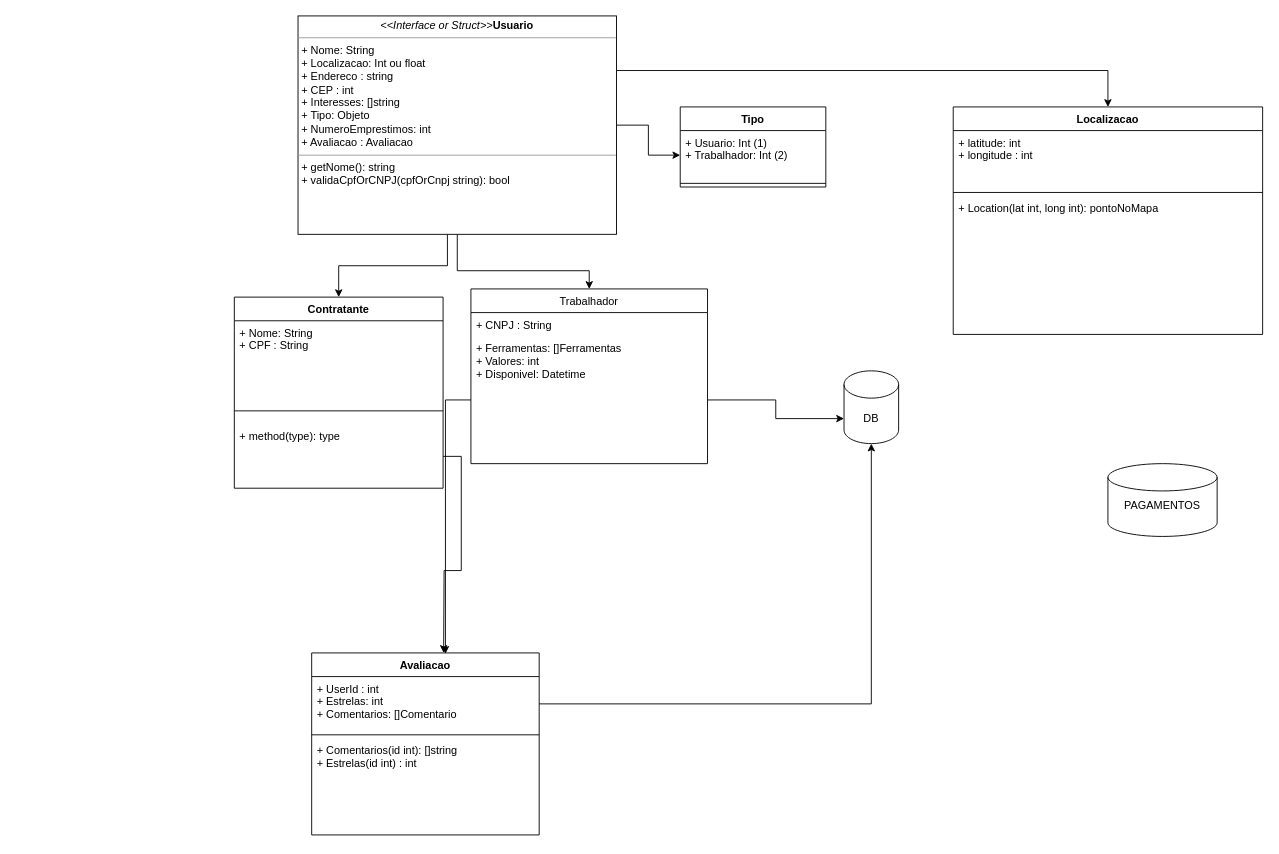
Before: emprestaai.drawio in bbwithpointers/emprestaai, a draw.io diagram. Source tidied: cells renumbered, new cells numbered last; positions are measured from the earlier drawing's top-left corner, leaving out a move shared by most shapes. Both pictures are drawn from the tidied source at 91%, with x=0, y=0 at pixel (234, 15).
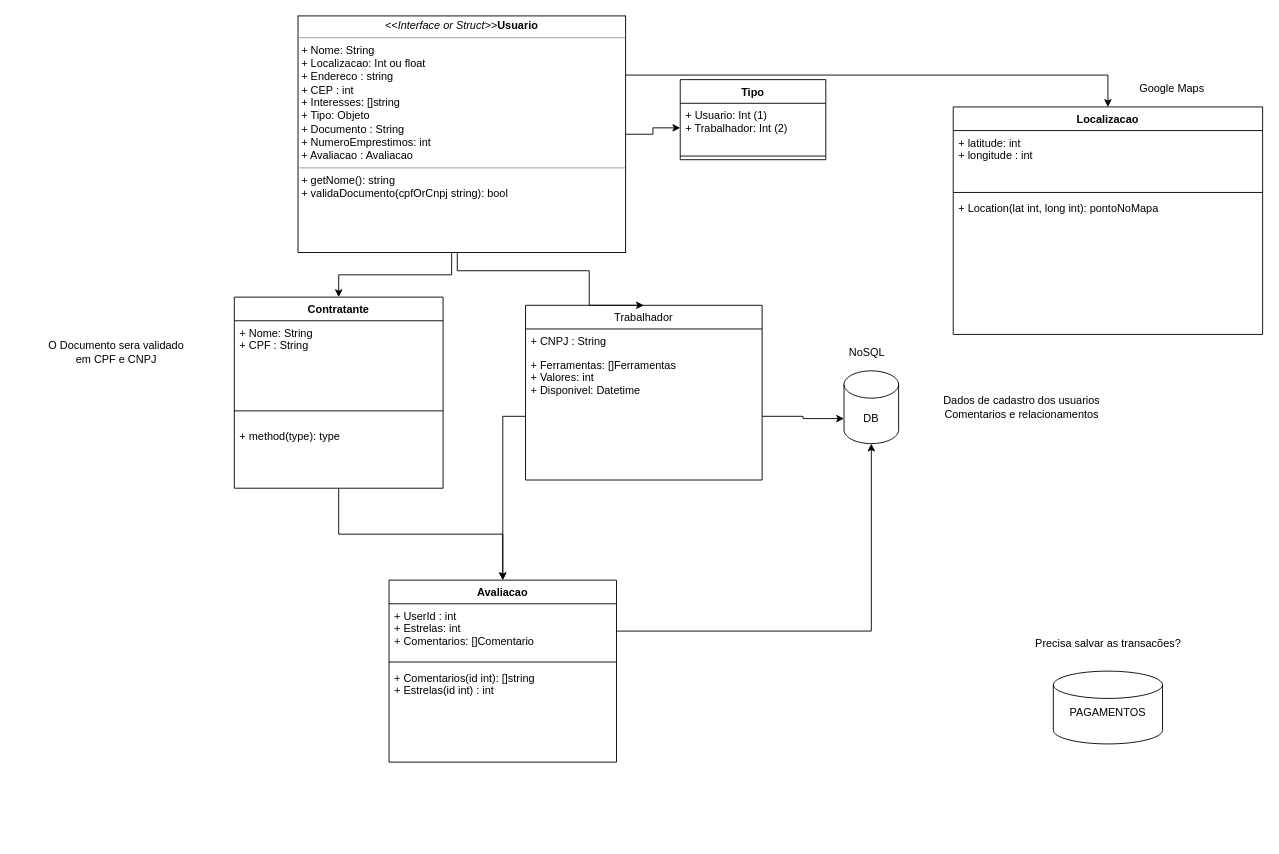
After the change.

Unchanged cells that the change refers to:
```xml
<mxCell id="2" value="Contratante" style="swimlane;fontStyle=1;align=center;verticalAlign=top;horizontal=1;startSize=26;" parent="1" vertex="1">
  <mxGeometry y="309" width="229.4" height="210" as="geometry" />
</mxCell>
<mxCell id="5" value="+ method(type): type" style="text;strokeColor=none;fillColor=none;align=left;verticalAlign=top;spacingLeft=4;spacingRight=4;overflow=hidden;points=[[0,0.5],[1,0.5]];portConstraint=eastwest;" parent="2" vertex="1">
  <mxGeometry y="140" width="229.4" height="70" as="geometry" />
</mxCell>
<mxCell id="8" value="+ Ferramentas: []Ferramentas&#10;+ Valores: int &#10;+ Disponivel: Datetime&#10;&#10;&#10;&#10;&#10;" style="text;strokeColor=none;fillColor=none;align=left;verticalAlign=top;spacingLeft=4;spacingRight=4;overflow=hidden;points=[[0,0.5],[1,0.5]];portConstraint=eastwest;" parent="6" vertex="1">
  <mxGeometry y="52" width="260" height="140" as="geometry" />
</mxCell>
```

Diff of the diagram source:
```diff
@@
+    <mxCell id="31" style="edgeStyle=orthogonalEdgeStyle;rounded=0;jettySize=auto;html=1;entryX=0.5;entryY=0;entryDx=0;entryDy=0;" parent="1" edge="1" source="2" target="21">
+      <mxGeometry relative="1" as="geometry" />
+    </mxCell>
@@
     <mxCell id="6" value="Trabalhador" style="swimlane;fontStyle=0;horizontal=1;startSize=26;fillColor=none;" parent="1" vertex="1">
-      <mxGeometry x="260" y="300" width="260" height="192" as="geometry" />
+      <mxGeometry x="320" y="318" width="260" height="192" as="geometry" />
     </mxCell>
@@
-    <mxCell id="13" value="&lt;p style=&quot;margin:0px;margin-top:4px;text-align:center;&quot;&gt;&lt;i&gt;&amp;lt;&amp;lt;Interface or Struct&amp;gt;&amp;gt;&lt;/i&gt;&lt;b&gt;Usuario&lt;/b&gt;&lt;br&gt;&lt;b&gt;&lt;/b&gt;&lt;/p&gt;&lt;hr size=&quot;1&quot;&gt;&lt;p style=&quot;margin:0px;margin-left:4px;&quot;&gt;+ Nome: String&lt;/p&gt;&lt;p style=&quot;margin:0px;margin-left:4px;&quot;&gt;+ Localizacao: Int ou float&lt;/p&gt;&lt;p style=&quot;margin:0px;margin-left:4px;&quot;&gt;+ Endereco : string&lt;/p&gt;&lt;p style=&quot;margin:0px;margin-left:4px;&quot;&gt;+ CEP : int&lt;br&gt;&lt;/p&gt;&lt;p style=&quot;margin:0px;margin-left:4px;&quot;&gt;+ Interesses: []string&lt;/p&gt;&lt;p style=&quot;margin:0px;margin-left:4px;&quot;&gt;+ Tipo: Objeto&lt;/p&gt;&lt;p style=&quot;margin:0px;margin-left:4px;&quot;&gt;+ NumeroEmprestimos: int &lt;br&gt;&lt;/p&gt;&lt;p style=&quot;margin:0px;margin-left:4px;&quot;&gt;+ Avaliacao : Avaliacao &lt;br&gt;&lt;/p&gt;&lt;hr size=&quot;1&quot;&gt;&lt;p style=&quot;margin:0px;margin-left:4px;&quot;&gt;+ getNome(): string&lt;/p&gt;&lt;p style=&quot;margin:0px;margin-left:4px;&quot;&gt;+ validaCpfOrCNPJ(cpfOrCnpj string): bool&lt;/p&gt;&lt;div&gt;&lt;br&gt;&lt;/div&gt;" style="verticalAlign=top;align=left;overflow=fill;fontSize=12;fontFamily=Helvetica;html=1;" parent="1" vertex="1">
-      <mxGeometry x="70" width="350" height="240" as="geometry" />
+    <mxCell id="13" value="&lt;p style=&quot;margin:0px;margin-top:4px;text-align:center;&quot;&gt;&lt;i&gt;&amp;lt;&amp;lt;Interface or Struct&amp;gt;&amp;gt;&lt;/i&gt;&lt;b&gt;Usuario&lt;/b&gt;&lt;br&gt;&lt;b&gt;&lt;/b&gt;&lt;/p&gt;&lt;hr size=&quot;1&quot;&gt;&lt;p style=&quot;margin:0px;margin-left:4px;&quot;&gt;+ Nome: String&lt;/p&gt;&lt;p style=&quot;margin:0px;margin-left:4px;&quot;&gt;+ Localizacao: Int ou float&lt;/p&gt;&lt;p style=&quot;margin:0px;margin-left:4px;&quot;&gt;+ Endereco : string&lt;/p&gt;&lt;p style=&quot;margin:0px;margin-left:4px;&quot;&gt;+ CEP : int&lt;br&gt;&lt;/p&gt;&lt;p style=&quot;margin:0px;margin-left:4px;&quot;&gt;+ Interesses: []string&lt;/p&gt;&lt;p style=&quot;margin:0px;margin-left:4px;&quot;&gt;+ Tipo: Objeto&lt;br&gt;+ Documento : String&lt;br&gt;&lt;/p&gt;&lt;p style=&quot;margin:0px;margin-left:4px;&quot;&gt;+ NumeroEmprestimos: int &lt;br&gt;&lt;/p&gt;&lt;p style=&quot;margin:0px;margin-left:4px;&quot;&gt;+ Avaliacao : Avaliacao &lt;br&gt;&lt;/p&gt;&lt;hr size=&quot;1&quot;&gt;&lt;p style=&quot;margin:0px;margin-left:4px;&quot;&gt;+ getNome(): string&lt;/p&gt;&lt;p style=&quot;margin:0px;margin-left:4px;&quot;&gt;+ validaDocumento(cpfOrCnpj string): bool&lt;/p&gt;&lt;div&gt;&lt;br&gt;&lt;/div&gt;" style="verticalAlign=top;align=left;overflow=fill;fontSize=12;fontFamily=Helvetica;html=1;" parent="1" vertex="1">
+      <mxGeometry x="70" width="360" height="260" as="geometry" />
     </mxCell>
     <mxCell id="14" value="Tipo&#10;" style="swimlane;fontStyle=1;align=center;verticalAlign=top;horizontal=1;startSize=26;" parent="1" vertex="1">
-      <mxGeometry x="490" y="100" width="160" height="88" as="geometry" />
+      <mxGeometry x="490" y="70" width="160" height="88" as="geometry" />
     </mxCell>
@@
     <mxCell id="21" value="Avaliacao" style="swimlane;fontStyle=1;align=center;verticalAlign=top;horizontal=1;startSize=26;" parent="1" vertex="1">
-      <mxGeometry x="85" y="700" width="250" height="200" as="geometry" />
+      <mxGeometry x="170" y="620" width="250" height="200" as="geometry" />
     </mxCell>
@@
-    <mxCell id="25" style="edgeStyle=orthogonalEdgeStyle;rounded=0;jettySize=auto;html=1;entryX=0.588;entryY=0.005;entryDx=0;entryDy=0;entryPerimeter=0;" parent="1" edge="1" source="8" target="21">
-      <mxGeometry relative="1" as="geometry" />
-    </mxCell>
-    <mxCell id="26" style="edgeStyle=orthogonalEdgeStyle;rounded=0;jettySize=auto;html=1;" parent="1" edge="1" source="5">
-      <mxGeometry relative="1" as="geometry">
-        <mxPoint x="230" y="700" as="targetPoint" />
-      </mxGeometry>
-    </mxCell>
@@
     <mxCell id="30" value="&lt;div&gt;PAGAMENTOS&lt;/div&gt;&lt;div&gt;&lt;br&gt;&lt;/div&gt;" style="shape=cylinder3;whiteSpace=wrap;html=1;boundedLbl=1;backgroundOutline=1;size=15;" parent="1" vertex="1">
-      <mxGeometry x="960" y="492" width="120" height="80" as="geometry" />
+      <mxGeometry x="900" y="720" width="120" height="80" as="geometry" />
     </mxCell>
+    <mxCell id="25" style="edgeStyle=orthogonalEdgeStyle;rounded=0;jettySize=auto;html=1;" parent="1" edge="1" source="8" target="21">
+      <mxGeometry relative="1" as="geometry" />
+    </mxCell>
+    <mxCell id="32" value="Google Maps" style="text;html=1;align=center;verticalAlign=middle;strokeColor=none;fillColor=none;" parent="1" vertex="1">
+      <mxGeometry x="975" y="70" width="110" height="20" as="geometry" />
+    </mxCell>
+    <mxCell id="33" value="NoSQL" style="text;html=1;align=center;verticalAlign=middle;strokeColor=none;fillColor=none;" parent="1" vertex="1">
+      <mxGeometry x="660" y="360" width="70" height="20" as="geometry" />
+    </mxCell>
+    <mxCell id="34" value="Precisa salvar as transacões?" style="text;html=1;align=center;verticalAlign=middle;strokeColor=none;fillColor=none;" parent="1" vertex="1">
+      <mxGeometry x="845" y="680" width="230" height="20" as="geometry" />
+    </mxCell>
+    <mxCell id="35" value="&lt;div&gt;Dados de cadastro dos usuarios&lt;/div&gt;&lt;div&gt;Comentarios e relacionamentos&lt;br&gt;&lt;/div&gt;" style="text;html=1;align=center;verticalAlign=middle;strokeColor=none;fillColor=none;" parent="1" vertex="1">
+      <mxGeometry x="740" y="410" width="250" height="40" as="geometry" />
+    </mxCell>
+    <mxCell id="36" value="O Documento sera validado &lt;br&gt;em CPF e CNPJ" style="text;html=1;align=center;verticalAlign=middle;strokeColor=none;fillColor=none;" parent="1" vertex="1">
+      <mxGeometry x="-240" y="350" width="220" height="40" as="geometry" />
+    </mxCell>
```
